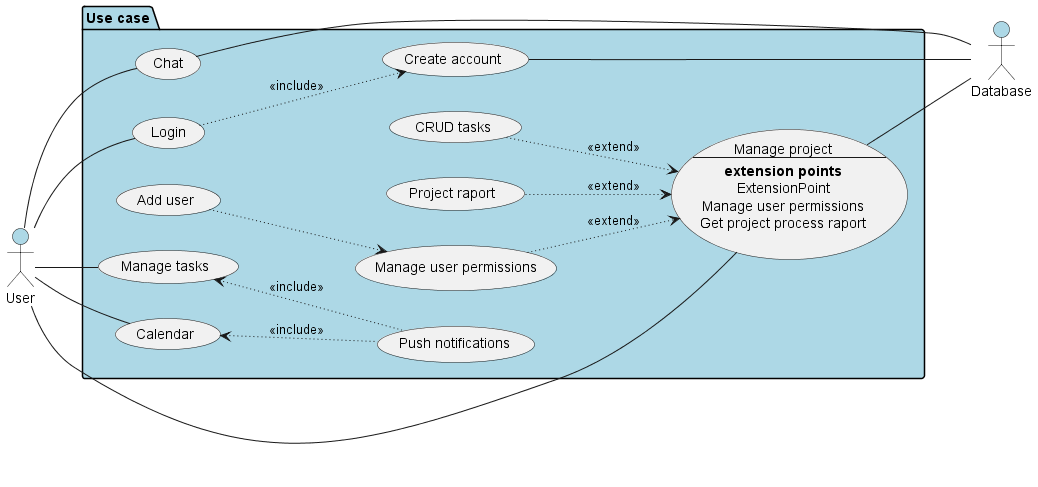
Above: diagram_out/Use case/Use case diagram.png in VladimirKrutko/IO_Organizer (PlantUML), before the change. The source it was exported from:
```plantuml
@startuml "Use case diagram"
left to right direction
actor User #lightblue
actor Database #lightblue
package "Use case" #lightblue {
    usecase Login
    usecase ca as "Create account"
    usecase mp as "Manage project
        ---
        <b>extension points
        ExtensionPoint
        Manage user permissions
        Get project process raport
    "
    usecase ct as "CRUD tasks"
    usecase pr as "Project raport"
    usecase mup as "Manage user permissions"
    usecase au as "Add user"
    usecase Chat
    usecase mt as "Manage tasks"
    usecase Calendar
    usecase pn as "Push notifications"
}
User -- Login
Login ~~> ca : <<include>>
ca -- Database
mp -- Database
User -- mp
ct ~~> mp : <<extend>>
pr ~~> mp : <<extend>>
mup ~~> mp : <<extend>>
au ~~> mup
User -- mt
User -- Calendar
mt <~~ pn : <<include>>
Calendar <~~ pn : <<include>>
User -- Chat
Chat -- Database

@enduml
```
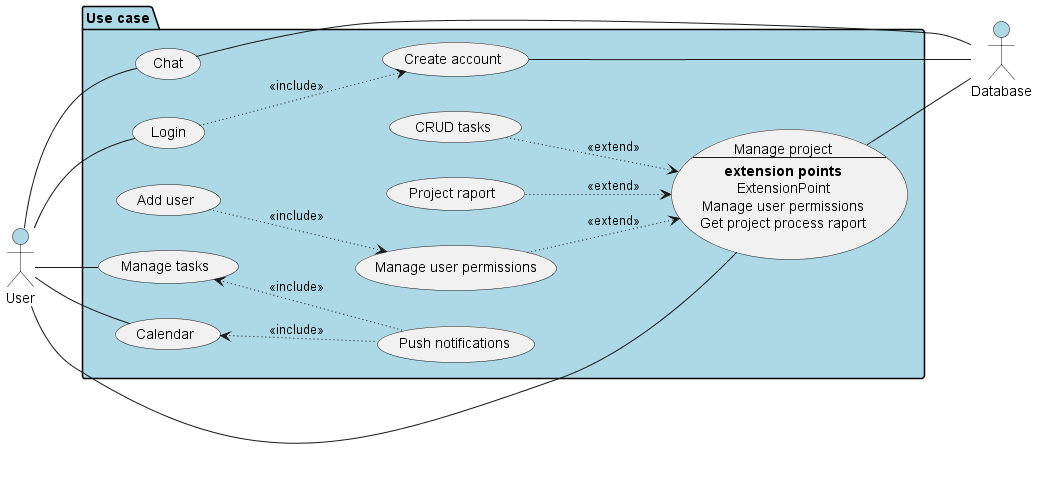
After the commit.

Change to the diagram source:
```diff
@@ -29,7 +29,7 @@
 ct ~~> mp : <<extend>>
 pr ~~> mp : <<extend>>
 mup ~~> mp : <<extend>>
-au ~~> mup
+au ~~> mup : <<include>>
 User -- mt
 User -- Calendar
 mt <~~ pn : <<include>>
```
